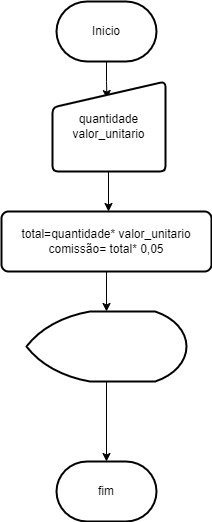
Before: exercicio_03.drawio.png, a diagram exported from draw.io (juliocesaretec/Fluxo-grama1). Source tidied: cells renumbered, new cells last; positions are measured from the earlier drawing's top-left corner, leaving out a move shared by most shapes. Its diagram source:
```xml
<mxGraphModel>
  <root>
    <mxCell id="0" />
    <mxCell id="1" parent="0" />
    <mxCell id="2" style="edgeStyle=orthogonalEdgeStyle;rounded=0;jettySize=auto;html=1;entryX=0.482;entryY=0.19;entryDx=0;entryDy=0;entryPerimeter=0;" parent="1" edge="1" source="3" target="4">
      <mxGeometry relative="1" as="geometry" />
    </mxCell>
    <mxCell id="3" value="Inicio" style="strokeWidth=2;html=1;shape=mxgraph.flowchart.terminator;whiteSpace=wrap;" parent="1" vertex="1">
      <mxGeometry x="55" width="100" height="60" as="geometry" />
    </mxCell>
    <mxCell id="4" value="quantidade&lt;div&gt;valor_unitario&lt;/div&gt;" style="html=1;strokeWidth=2;shape=manualInput;whiteSpace=wrap;rounded=1;size=26;arcSize=11;" parent="1" vertex="1">
      <mxGeometry x="51" y="80" width="113" height="90" as="geometry" />
    </mxCell>
    <mxCell id="5" value="total=quantidade* valor_unitario&lt;div&gt;comissão= total* 0,05&lt;/div&gt;" style="rounded=1;whiteSpace=wrap;html=1;absoluteArcSize=1;arcSize=14;strokeWidth=2;" parent="1" vertex="1">
      <mxGeometry y="210" width="210" height="60" as="geometry" />
    </mxCell>
    <mxCell id="6" style="edgeStyle=orthogonalEdgeStyle;rounded=0;jettySize=auto;html=1;" parent="1" edge="1" source="4">
      <mxGeometry relative="1" as="geometry">
        <mxPoint x="107" y="210" as="targetPoint" />
      </mxGeometry>
    </mxCell>
    <mxCell id="7" style="strokeWidth=2;html=1;shape=mxgraph.flowchart.display;whiteSpace=wrap;" parent="1" vertex="1">
      <mxGeometry x="25" y="310" width="160" height="70" as="geometry" />
    </mxCell>
    <mxCell id="8" style="edgeStyle=orthogonalEdgeStyle;rounded=0;jettySize=auto;html=1;entryX=0.5;entryY=0;entryDx=0;entryDy=0;entryPerimeter=0;" parent="1" edge="1" source="5" target="7">
      <mxGeometry relative="1" as="geometry" />
    </mxCell>
    <mxCell id="9" value="fim" style="strokeWidth=2;html=1;shape=mxgraph.flowchart.terminator;whiteSpace=wrap;" parent="1" vertex="1">
      <mxGeometry x="55" y="460" width="100" height="60" as="geometry" />
    </mxCell>
    <mxCell id="10" style="edgeStyle=orthogonalEdgeStyle;rounded=0;jettySize=auto;html=1;entryX=0.5;entryY=0;entryDx=0;entryDy=0;entryPerimeter=0;" parent="1" edge="1" source="7" target="9">
      <mxGeometry relative="1" as="geometry" />
    </mxCell>
  </root>
</mxGraphModel>
```
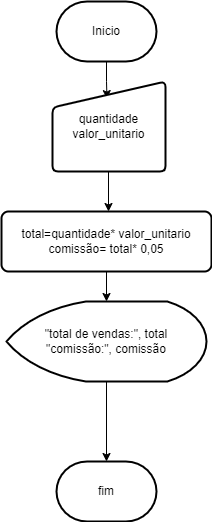
Above is the later version.

What changed in the source:
```diff
@@ -19,8 +19,8 @@
         <mxPoint x="107" y="210" as="targetPoint" />
       </mxGeometry>
     </mxCell>
-    <mxCell id="7" style="strokeWidth=2;html=1;shape=mxgraph.flowchart.display;whiteSpace=wrap;" parent="1" vertex="1">
-      <mxGeometry x="25" y="310" width="160" height="70" as="geometry" />
+    <mxCell id="7" value="&quot;total de vendas:&quot;, total&lt;div&gt;&quot;comissão:&quot;, comissão&lt;/div&gt;" style="strokeWidth=2;html=1;shape=mxgraph.flowchart.display;whiteSpace=wrap;" parent="1" vertex="1">
+      <mxGeometry x="5" y="300" width="200" height="80" as="geometry" />
     </mxCell>
     <mxCell id="8" style="edgeStyle=orthogonalEdgeStyle;rounded=0;jettySize=auto;html=1;entryX=0.5;entryY=0;entryDx=0;entryDy=0;entryPerimeter=0;" parent="1" edge="1" source="5" target="7">
       <mxGeometry relative="1" as="geometry" />
```
